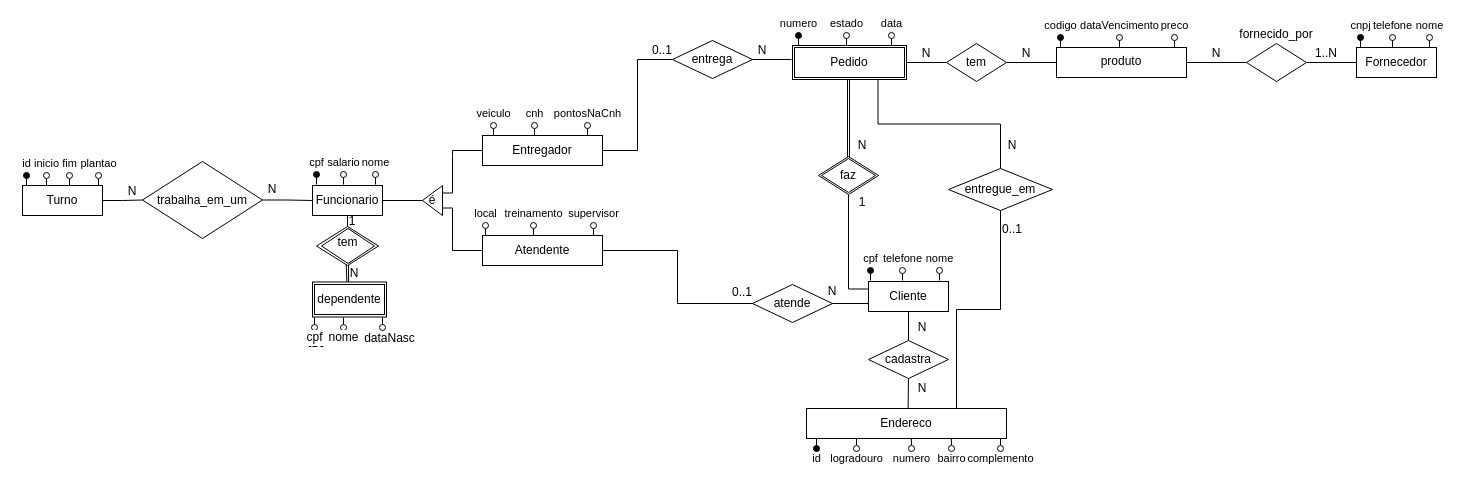
The draw.io diagram final.drawio in getuliobr/TrabalhoBD1, before the edit. Source tidied: cells renumbered, new cells numbered last; positions are measured from the earlier drawing's top-left corner, leaving out a move shared by most shapes. Both pictures are drawn from the tidied source at 100%, with x=0, y=0 at pixel (22, 35).
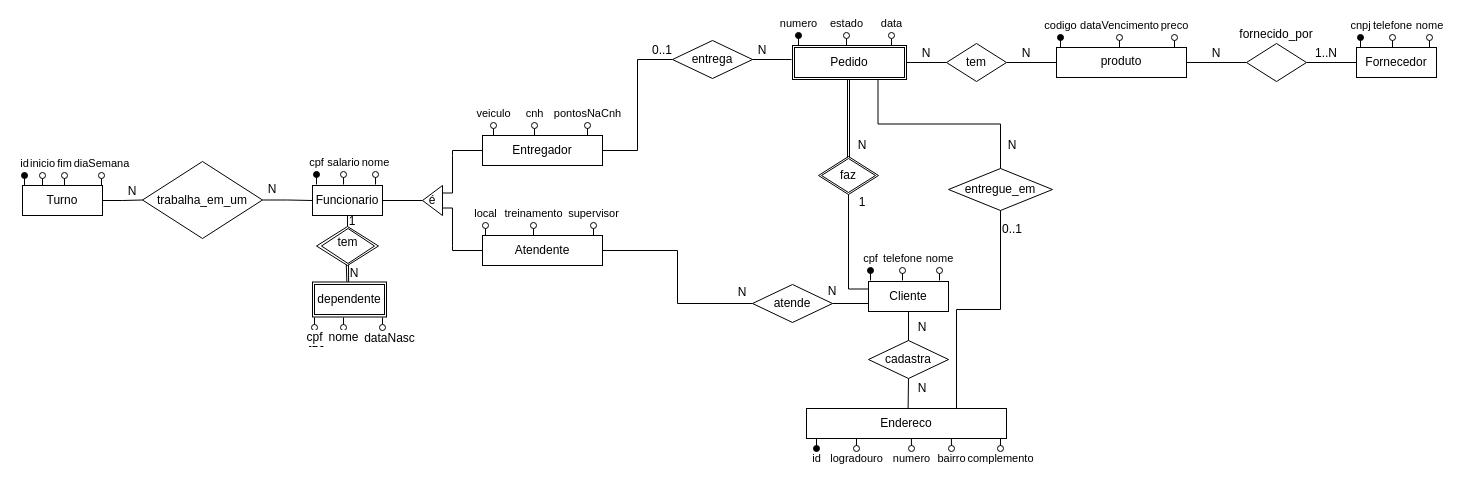
Above is the later version.

Commit message:
Arrumei relacionamento atende e entidade turno

The edit, as a diff of the source:
```diff
@@
     <mxCell id="4" value="id" style="endArrow=oval;html=1;endFill=1;verticalAlign=top;labelPosition=center;verticalLabelPosition=top;align=center;spacingTop=-30;labelBackgroundColor=none;fillColor=#000000;" parent="1" edge="1">
       <mxGeometry relative="1" as="geometry">
-        <mxPoint x="4" y="150" as="sourcePoint" />
-        <mxPoint x="4" y="140" as="targetPoint" />
+        <mxPoint x="2" y="150" as="sourcePoint" />
+        <mxPoint x="2" y="140" as="targetPoint" />
       </mxGeometry>
     </mxCell>
     <mxCell id="5" value="&lt;div&gt;inicio&lt;/div&gt;&lt;div&gt;&lt;br&gt;&lt;/div&gt;" style="endArrow=oval;html=1;endFill=0;verticalAlign=top;labelPosition=center;verticalLabelPosition=top;align=center;spacingTop=-30;labelBackgroundColor=none;" parent="1" edge="1">
       <mxGeometry relative="1" as="geometry">
-        <mxPoint x="24" y="150" as="sourcePoint" />
-        <mxPoint x="24" y="140" as="targetPoint" />
+        <mxPoint x="20" y="150" as="sourcePoint" />
+        <mxPoint x="20" y="140" as="targetPoint" />
       </mxGeometry>
     </mxCell>
     <mxCell id="6" value="fim" style="endArrow=oval;html=1;endFill=0;verticalAlign=top;labelPosition=center;verticalLabelPosition=top;align=center;spacingTop=-30;labelBackgroundColor=none;" parent="1" edge="1">
       <mxGeometry relative="1" as="geometry">
-        <mxPoint x="47" y="150" as="sourcePoint" />
-        <mxPoint x="47" y="140" as="targetPoint" />
+        <mxPoint x="42" y="150" as="sourcePoint" />
+        <mxPoint x="42" y="140" as="targetPoint" />
       </mxGeometry>
     </mxCell>
-    <mxCell id="7" value="plantao" style="endArrow=oval;html=1;endFill=0;verticalAlign=top;labelPosition=center;verticalLabelPosition=top;align=center;spacingTop=-30;labelBackgroundColor=none;" parent="1" edge="1">
+    <mxCell id="7" value="diaSemana" style="endArrow=oval;html=1;endFill=0;verticalAlign=top;labelPosition=center;verticalLabelPosition=top;align=center;spacingTop=-30;labelBackgroundColor=none;" parent="1" edge="1">
       <mxGeometry relative="1" as="geometry">
-        <mxPoint x="76" y="150" as="sourcePoint" />
-        <mxPoint x="76" y="140" as="targetPoint" />
+        <mxPoint x="79" y="150" as="sourcePoint" />
+        <mxPoint x="79" y="140" as="targetPoint" />
       </mxGeometry>
     </mxCell>
@@
-    <mxCell id="96" value="0..1" style="text;html=1;strokeColor=none;fillColor=none;align=center;verticalAlign=middle;whiteSpace=wrap;rounded=0;fontSize=12;" parent="1" vertex="1">
+    <mxCell id="96" value="N" style="text;html=1;strokeColor=none;fillColor=none;align=center;verticalAlign=middle;whiteSpace=wrap;rounded=0;fontSize=12;" parent="1" vertex="1">
       <mxGeometry x="700" y="246.5" width="40" height="20" as="geometry" />
     </mxCell>
```
